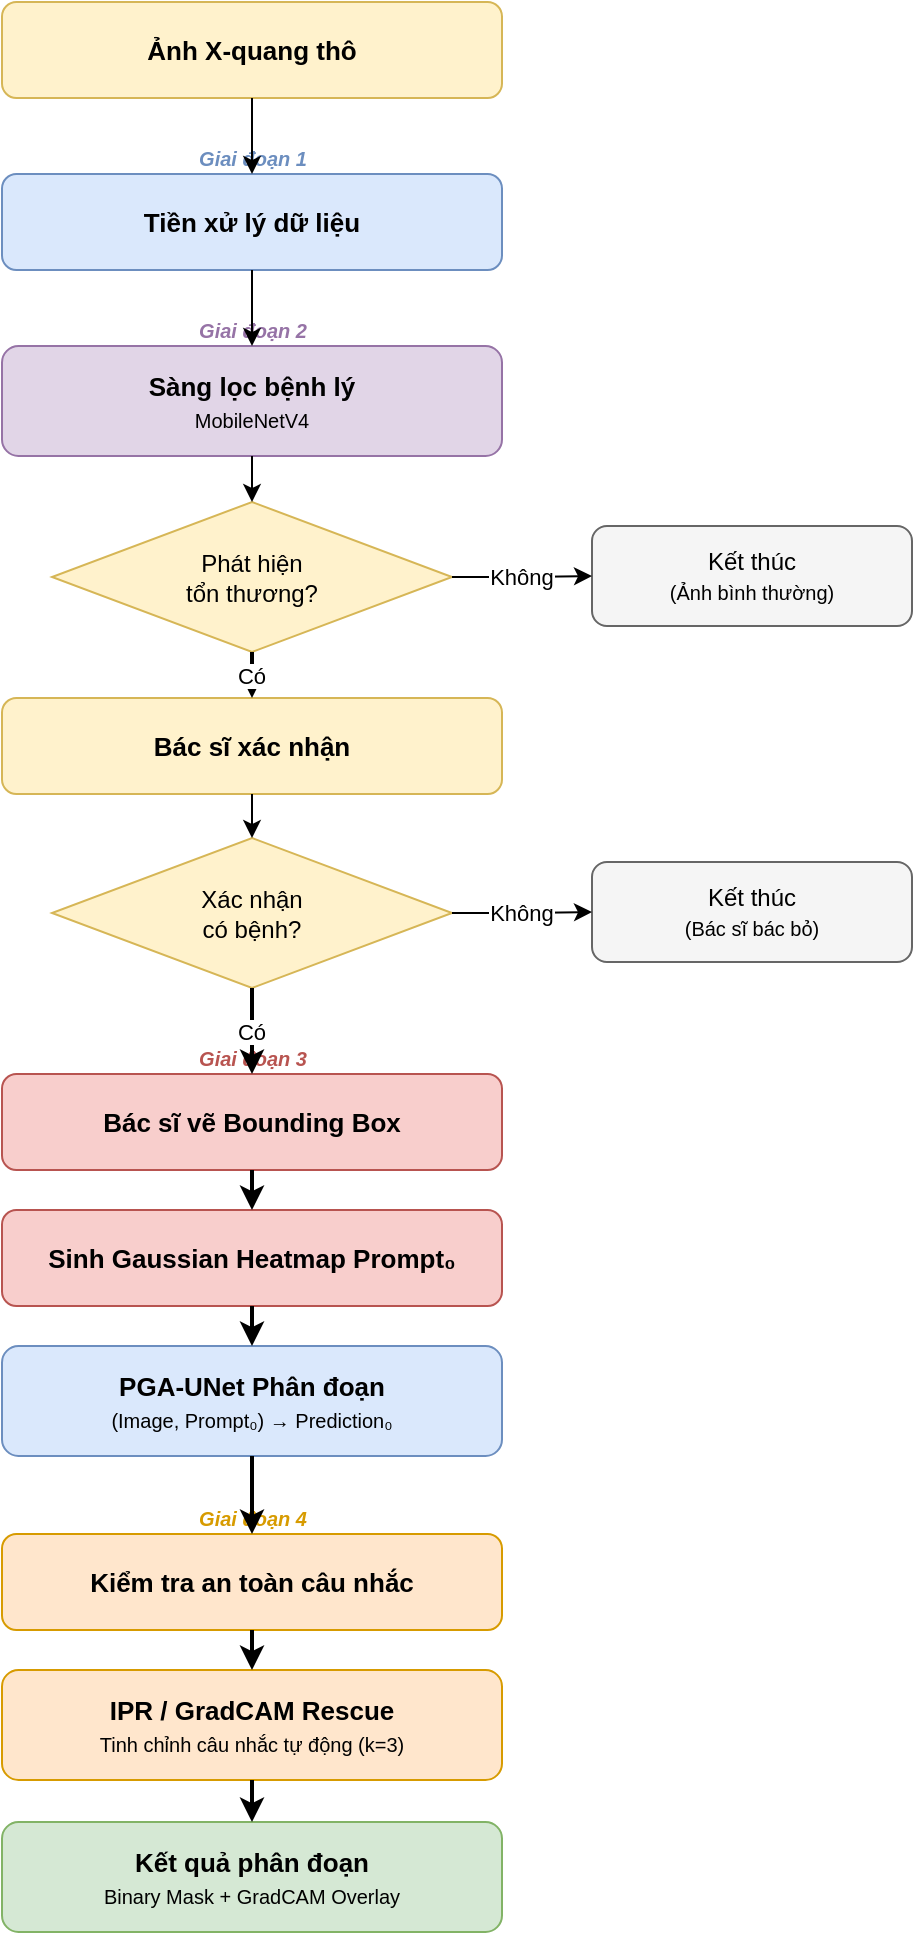
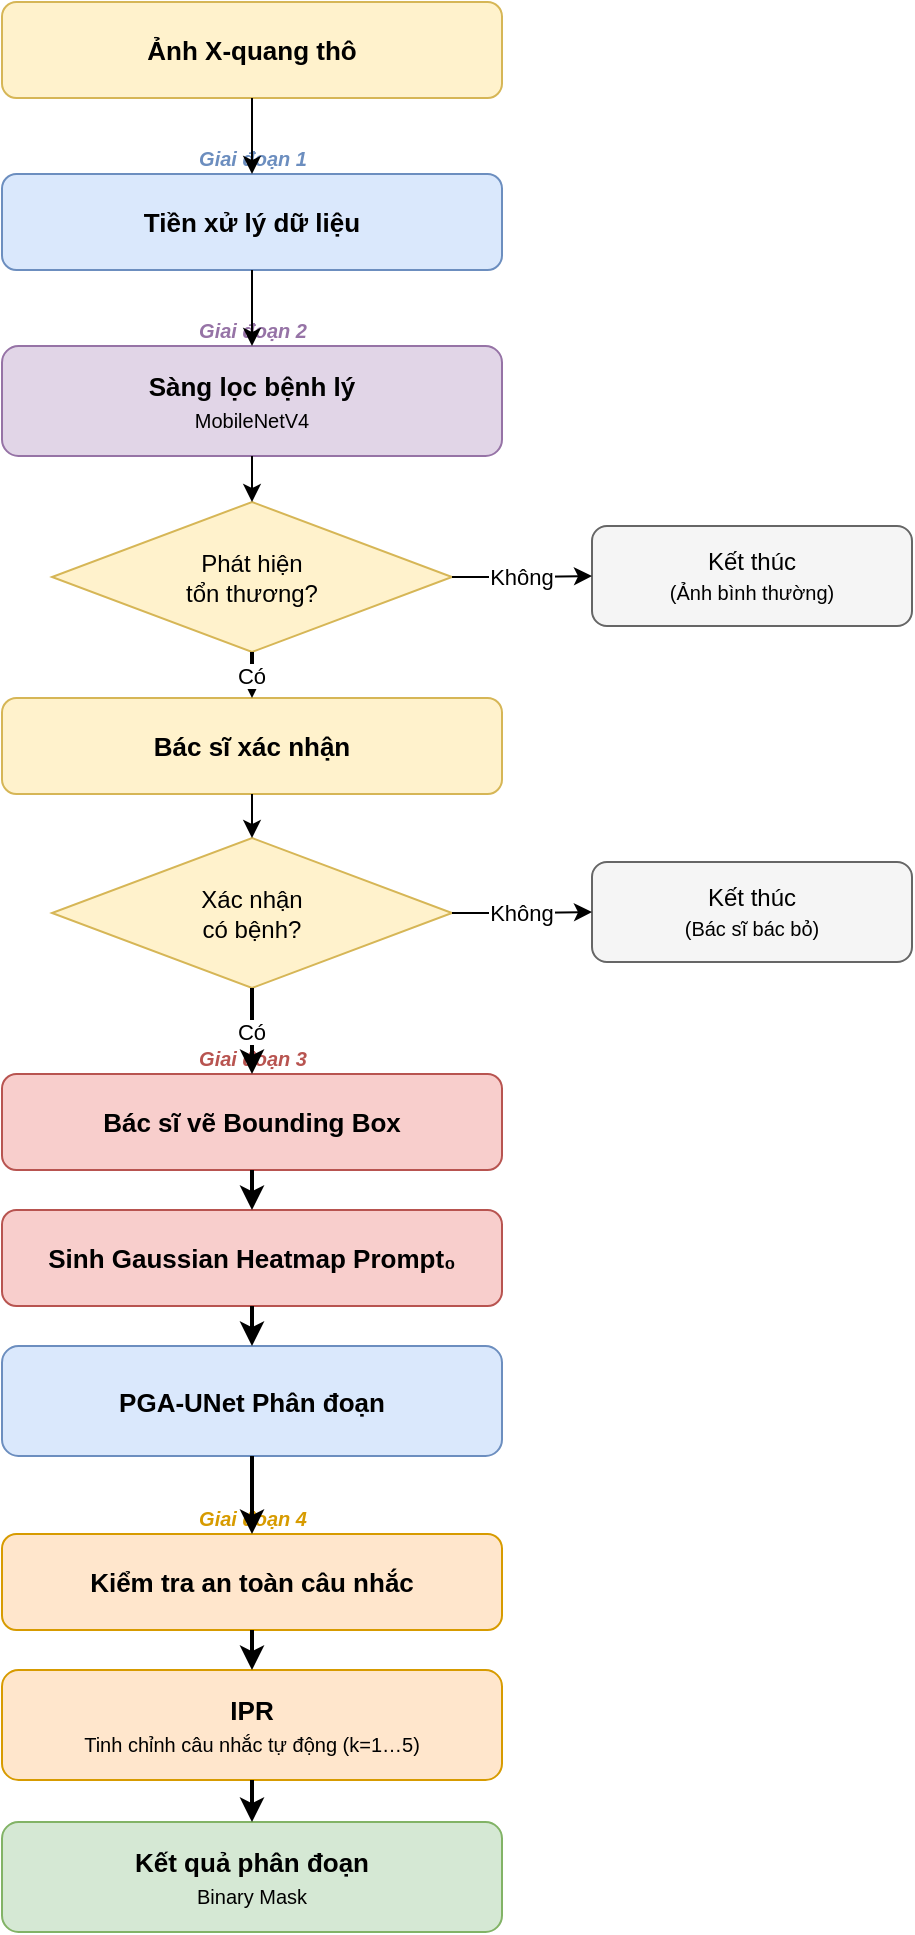
<mxfile host="65bd71144e">
    <diagram name="System Architecture" id="system_architecture">
        <mxGraphModel dx="1042" dy="124" grid="1" gridSize="10" guides="1" tooltips="1" connect="1" arrows="1" fold="1" page="1" pageScale="1" pageWidth="800" pageHeight="1100" math="0" shadow="0">
            <root>
                <mxCell id="0"/>
                <mxCell id="1" parent="0"/>

                <!-- INPUT -->
                <mxCell id="in" value="&lt;b&gt;Ảnh X-quang thô&lt;/b&gt;" style="rounded=1;whiteSpace=wrap;html=1;fillColor=#fff2cc;strokeColor=#d6b656;fontSize=13;" parent="1" vertex="1">
                    <mxGeometry x="275" y="20" width="250" height="48" as="geometry"/>
                </mxCell>

                <!-- STAGE 1 -->
                <mxCell id="s1_lbl" value="Giai đoạn 1" style="text;html=1;strokeColor=none;fillColor=none;align=center;fontSize=10;fontStyle=3;fontColor=#6c8ebf;" parent="1" vertex="1">
                    <mxGeometry x="275" y="86" width="250" height="16" as="geometry"/>
                </mxCell>
                <mxCell id="s1" value="&lt;b&gt;Tiền xử lý dữ liệu&lt;/b&gt;" style="rounded=1;whiteSpace=wrap;html=1;fillColor=#dae8fc;strokeColor=#6c8ebf;fontSize=13;" parent="1" vertex="1">
                    <mxGeometry x="275" y="106" width="250" height="48" as="geometry"/>
                </mxCell>

                <!-- STAGE 2 -->
                <mxCell id="s2_lbl" value="Giai đoạn 2" style="text;html=1;strokeColor=none;fillColor=none;align=center;fontSize=10;fontStyle=3;fontColor=#9673a6;" parent="1" vertex="1">
                    <mxGeometry x="275" y="172" width="250" height="16" as="geometry"/>
                </mxCell>
                <mxCell id="s2" value="&lt;b&gt;Sàng lọc bệnh lý&lt;/b&gt;&lt;br&gt;&lt;font style=&quot;font-size:10px;&quot;&gt;MobileNetV4&lt;/font&gt;" style="rounded=1;whiteSpace=wrap;html=1;fillColor=#e1d5e7;strokeColor=#9673a6;fontSize=13;" parent="1" vertex="1">
                    <mxGeometry x="275" y="192" width="250" height="55" as="geometry"/>
                </mxCell>

                <!-- DECISION 1 -->
                <mxCell id="dec1" value="Phát hiện&lt;br&gt;tổn thương?" style="rhombus;whiteSpace=wrap;html=1;fillColor=#fff2cc;strokeColor=#d6b656;fontSize=12;" parent="1" vertex="1">
                    <mxGeometry x="300" y="270" width="200" height="75" as="geometry"/>
                </mxCell>

                <!-- NO branch 1 -->
                <mxCell id="no1" value="Kết thúc&lt;br&gt;&lt;font style=&quot;font-size:10px;&quot;&gt;(Ảnh bình thường)&lt;/font&gt;" style="rounded=1;whiteSpace=wrap;html=1;fillColor=#f5f5f5;strokeColor=#666666;fontSize=12;" parent="1" vertex="1">
                    <mxGeometry x="570" y="282" width="160" height="50" as="geometry"/>
                </mxCell>

                <!-- NOTIFICATION + DOCTOR CONFIRM -->
                <mxCell id="notif" value="&lt;b&gt;Bác sĩ xác nhận&lt;/b&gt;" style="rounded=1;whiteSpace=wrap;html=1;fillColor=#fff2cc;strokeColor=#d6b656;fontSize=13;" parent="1" vertex="1">
                    <mxGeometry x="275" y="368" width="250" height="48" as="geometry"/>
                </mxCell>

                <!-- DECISION 2 -->
                <mxCell id="dec2" value="Xác nhận&lt;br&gt;có bệnh?" style="rhombus;whiteSpace=wrap;html=1;fillColor=#fff2cc;strokeColor=#d6b656;fontSize=12;" parent="1" vertex="1">
                    <mxGeometry x="300" y="438" width="200" height="75" as="geometry"/>
                </mxCell>

                <!-- NO branch 2 -->
                <mxCell id="no2" value="Kết thúc&lt;br&gt;&lt;font style=&quot;font-size:10px;&quot;&gt;(Bác sĩ bác bỏ)&lt;/font&gt;" style="rounded=1;whiteSpace=wrap;html=1;fillColor=#f5f5f5;strokeColor=#666666;fontSize=12;" parent="1" vertex="1">
                    <mxGeometry x="570" y="450" width="160" height="50" as="geometry"/>
                </mxCell>

                <!-- STAGE 3 -->
                <mxCell id="s3_lbl" value="Giai đoạn 3" style="text;html=1;strokeColor=none;fillColor=none;align=center;fontSize=10;fontStyle=3;fontColor=#b85450;" parent="1" vertex="1">
                    <mxGeometry x="275" y="536" width="250" height="16" as="geometry"/>
                </mxCell>
                <mxCell id="s3a" value="&lt;b&gt;Bác sĩ vẽ Bounding Box&lt;/b&gt;" style="rounded=1;whiteSpace=wrap;html=1;fillColor=#f8cecc;strokeColor=#b85450;fontSize=13;" parent="1" vertex="1">
                    <mxGeometry x="275" y="556" width="250" height="48" as="geometry"/>
                </mxCell>
                <mxCell id="s3b" value="&lt;b&gt;Sinh Gaussian Heatmap Prompt₀&lt;/b&gt;" style="rounded=1;whiteSpace=wrap;html=1;fillColor=#f8cecc;strokeColor=#b85450;fontSize=13;" parent="1" vertex="1">
                    <mxGeometry x="275" y="624" width="250" height="48" as="geometry"/>
                </mxCell>
-                 <mxCell id="s3c" value="&lt;b&gt;PGA-UNet Phân đoạn&lt;/b&gt;&lt;br&gt;&lt;font style=&quot;font-size:10px;&quot;&gt;(Image, Prompt₀) → Prediction₀&lt;/font&gt;" style="rounded=1;whiteSpace=wrap;html=1;fillColor=#dae8fc;strokeColor=#6c8ebf;fontSize=13;" parent="1" vertex="1">
+                 <mxCell id="s3c" value="&lt;b&gt;PGA-UNet Phân đoạn&lt;/b&gt;" style="rounded=1;whiteSpace=wrap;html=1;fillColor=#dae8fc;strokeColor=#6c8ebf;fontSize=13;" parent="1" vertex="1">
                    <mxGeometry x="275" y="692" width="250" height="55" as="geometry"/>
                </mxCell>

                <!-- STAGE 4 -->
                <mxCell id="s4_lbl" value="Giai đoạn 4" style="text;html=1;strokeColor=none;fillColor=none;align=center;fontSize=10;fontStyle=3;fontColor=#d79b00;" parent="1" vertex="1">
                    <mxGeometry x="275" y="766" width="250" height="16" as="geometry"/>
                </mxCell>
                <mxCell id="s4a" value="&lt;b&gt;Kiểm tra an toàn câu nhắc&lt;/b&gt;" style="rounded=1;whiteSpace=wrap;html=1;fillColor=#ffe6cc;strokeColor=#d79b00;fontSize=13;" parent="1" vertex="1">
                    <mxGeometry x="275" y="786" width="250" height="48" as="geometry"/>
                </mxCell>
-                 <mxCell id="s4b" value="&lt;b&gt;IPR / GradCAM Rescue&lt;/b&gt;&lt;br&gt;&lt;font style=&quot;font-size:10px;&quot;&gt;Tinh chỉnh câu nhắc tự động (k=3)&lt;/font&gt;" style="rounded=1;whiteSpace=wrap;html=1;fillColor=#ffe6cc;strokeColor=#d79b00;fontSize=13;" parent="1" vertex="1">
+                 <mxCell id="s4b" value="&lt;b&gt;IPR&lt;/b&gt;&lt;br&gt;&lt;font style=&quot;font-size:10px;&quot;&gt;Tinh chỉnh câu nhắc tự động (k=1…5)&lt;/font&gt;" style="rounded=1;whiteSpace=wrap;html=1;fillColor=#ffe6cc;strokeColor=#d79b00;fontSize=13;" parent="1" vertex="1">
                    <mxGeometry x="275" y="854" width="250" height="55" as="geometry"/>
                </mxCell>

                <!-- OUTPUT -->
-                 <mxCell id="out" value="&lt;b&gt;Kết quả phân đoạn&lt;/b&gt;&lt;br&gt;&lt;font style=&quot;font-size:10px;&quot;&gt;Binary Mask + GradCAM Overlay&lt;/font&gt;" style="rounded=1;whiteSpace=wrap;html=1;fillColor=#d5e8d4;strokeColor=#82b366;fontSize=13;" parent="1" vertex="1">
+                 <mxCell id="out" value="&lt;b&gt;Kết quả phân đoạn&lt;/b&gt;&lt;br&gt;&lt;font style=&quot;font-size:10px;&quot;&gt;Binary Mask&lt;/font&gt;" style="rounded=1;whiteSpace=wrap;html=1;fillColor=#d5e8d4;strokeColor=#82b366;fontSize=13;" parent="1" vertex="1">
                    <mxGeometry x="275" y="930" width="250" height="55" as="geometry"/>
                </mxCell>

                <!-- ARROWS -->
                <mxCell id="e1"  value="" style="edgeStyle=orthogonalEdgeStyle;" parent="1" source="in"    target="s1"    edge="1"><mxGeometry relative="1" as="geometry"/></mxCell>
                <mxCell id="e2"  value="" style="edgeStyle=orthogonalEdgeStyle;" parent="1" source="s1"    target="s2"    edge="1"><mxGeometry relative="1" as="geometry"/></mxCell>
                <mxCell id="e3"  value="" style="edgeStyle=orthogonalEdgeStyle;" parent="1" source="s2"    target="dec1"  edge="1"><mxGeometry relative="1" as="geometry"/></mxCell>
                <mxCell id="e4"  value="Không" style="edgeStyle=orthogonalEdgeStyle;fontSize=11;" parent="1" source="dec1" target="no1"  edge="1"><mxGeometry relative="1" as="geometry"/></mxCell>
                <mxCell id="e5"  value="Có" style="edgeStyle=orthogonalEdgeStyle;strokeWidth=2;fontSize=11;" parent="1" source="dec1" target="notif" edge="1"><mxGeometry relative="1" as="geometry"/></mxCell>
                <mxCell id="e6"  value="" style="edgeStyle=orthogonalEdgeStyle;" parent="1" source="notif" target="dec2"  edge="1"><mxGeometry relative="1" as="geometry"/></mxCell>
                <mxCell id="e7"  value="Không" style="edgeStyle=orthogonalEdgeStyle;fontSize=11;" parent="1" source="dec2" target="no2"  edge="1"><mxGeometry relative="1" as="geometry"/></mxCell>
                <mxCell id="e8"  value="Có" style="edgeStyle=orthogonalEdgeStyle;strokeWidth=2;fontSize=11;" parent="1" source="dec2" target="s3a"  edge="1"><mxGeometry relative="1" as="geometry"/></mxCell>
                <mxCell id="e9"  value="" style="edgeStyle=orthogonalEdgeStyle;strokeWidth=2;" parent="1" source="s3a"   target="s3b"   edge="1"><mxGeometry relative="1" as="geometry"/></mxCell>
                <mxCell id="e10" value="" style="edgeStyle=orthogonalEdgeStyle;strokeWidth=2;" parent="1" source="s3b"   target="s3c"   edge="1"><mxGeometry relative="1" as="geometry"/></mxCell>
                <mxCell id="e11" value="" style="edgeStyle=orthogonalEdgeStyle;strokeWidth=2;" parent="1" source="s3c"   target="s4a"   edge="1"><mxGeometry relative="1" as="geometry"/></mxCell>
                <mxCell id="e12" value="" style="edgeStyle=orthogonalEdgeStyle;strokeWidth=2;" parent="1" source="s4a"   target="s4b"   edge="1"><mxGeometry relative="1" as="geometry"/></mxCell>
                <mxCell id="e13" value="" style="edgeStyle=orthogonalEdgeStyle;strokeWidth=2;" parent="1" source="s4b"   target="out"   edge="1"><mxGeometry relative="1" as="geometry"/></mxCell>

            </root>
        </mxGraphModel>
    </diagram>
</mxfile>
